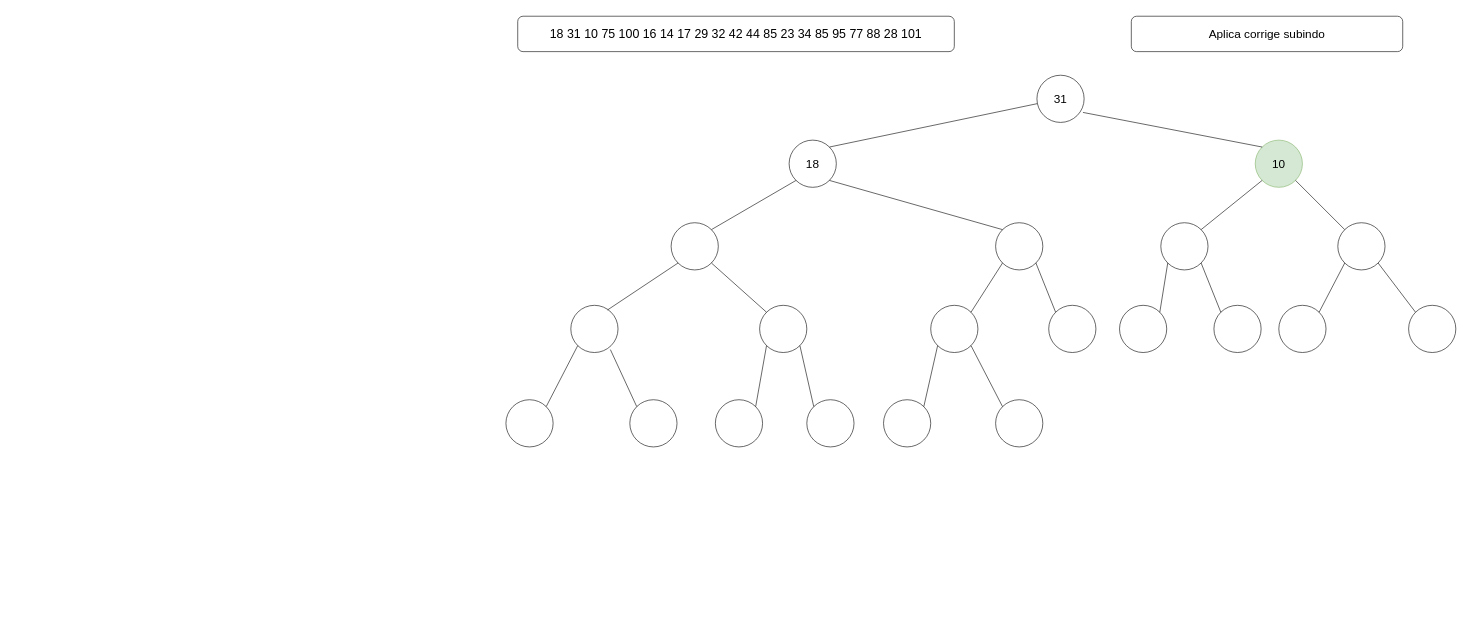
Above: page "Etapa 6" (7 of 29) of Diagram_Heap_2.drawio in Xang0/Diagramas-de-Estruturas-de-Dado (draw.io), before the change. Source tidied: cells renumbered, new cells numbered last; positions are measured from the earlier drawing's top-left corner, leaving out a move shared by most shapes. Both pictures are drawn from the tidied source at 59%, with x=0, y=0 at pixel (506, 16).
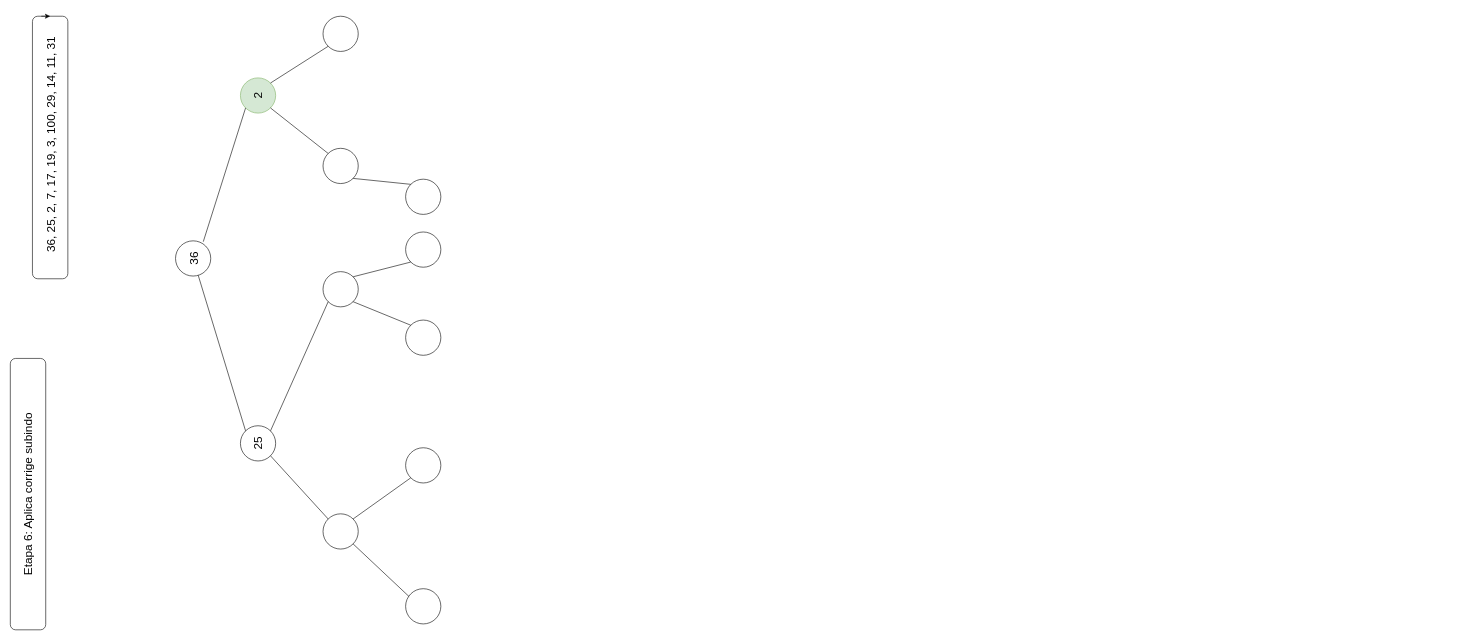
Above is the later version.

Change to the diagram source:
```diff
@@
-    <mxCell id="0" />
-    <mxCell id="1" parent="0" />
-    <mxCell id="2" value="&lt;font style=&quot;font-size: 20px;&quot;&gt;31&lt;/font&gt;" style="ellipse;whiteSpace=wrap;html=1;" parent="1" vertex="1">
-      <mxGeometry x="900" y="100" width="80" height="80" as="geometry" />
-    </mxCell>
-    <mxCell id="3" value="&lt;font style=&quot;font-size: 20px;&quot;&gt;18&lt;/font&gt;" style="ellipse;whiteSpace=wrap;html=1;" parent="1" vertex="1">
-      <mxGeometry x="480" y="210" width="80" height="80" as="geometry" />
-    </mxCell>
-    <mxCell id="4" value="&lt;font style=&quot;font-size: 20px;&quot;&gt;10&lt;/font&gt;" style="ellipse;whiteSpace=wrap;html=1;fillColor=#d5e8d4;strokeColor=#82b366;" parent="1" vertex="1">
-      <mxGeometry x="1270" y="210" width="80" height="80" as="geometry" />
-    </mxCell>
-    <mxCell id="5" style="endArrow=none;html=1;rounded=0;exitX=1;exitY=0;exitDx=0;exitDy=0;" parent="1" edge="1" source="3" target="2">
-      <mxGeometry relative="1" as="geometry" />
-    </mxCell>
-    <mxCell id="6" style="endArrow=none;html=1;rounded=0;entryX=0.975;entryY=0.788;entryDx=0;entryDy=0;entryPerimeter=0;exitX=0;exitY=0;exitDx=0;exitDy=0;" parent="1" edge="1" source="4" target="2">
-      <mxGeometry relative="1" as="geometry" />
-    </mxCell>
-    <mxCell id="7" style="ellipse;whiteSpace=wrap;html=1;" parent="1" vertex="1">
-      <mxGeometry x="280" y="350" width="80" height="80" as="geometry" />
-    </mxCell>
-    <mxCell id="8" style="ellipse;whiteSpace=wrap;html=1;" parent="1" vertex="1">
-      <mxGeometry x="830" y="350" width="80" height="80" as="geometry" />
-    </mxCell>
-    <mxCell id="9" style="endArrow=none;html=1;rounded=0;entryX=0;entryY=1;entryDx=0;entryDy=0;exitX=1;exitY=0;exitDx=0;exitDy=0;" parent="1" edge="1" source="7" target="3">
-      <mxGeometry relative="1" as="geometry" />
-    </mxCell>
-    <mxCell id="10" style="endArrow=none;html=1;rounded=0;entryX=1;entryY=1;entryDx=0;entryDy=0;exitX=0;exitY=0;exitDx=0;exitDy=0;" parent="1" edge="1" source="8" target="3">
-      <mxGeometry relative="1" as="geometry" />
-    </mxCell>
-    <mxCell id="11" style="ellipse;whiteSpace=wrap;html=1;" parent="1" vertex="1">
-      <mxGeometry x="920" y="490" width="80" height="80" as="geometry" />
-    </mxCell>
-    <mxCell id="12" style="ellipse;whiteSpace=wrap;html=1;" parent="1" vertex="1">
-      <mxGeometry x="720" y="490" width="80" height="80" as="geometry" />
-    </mxCell>
-    <mxCell id="13" style="endArrow=none;html=1;rounded=0;entryX=1;entryY=1;entryDx=0;entryDy=0;exitX=0;exitY=0;exitDx=0;exitDy=0;" parent="1" edge="1" source="11" target="8">
-      <mxGeometry relative="1" as="geometry" />
-    </mxCell>
-    <mxCell id="14" style="endArrow=none;html=1;rounded=0;entryX=0;entryY=1;entryDx=0;entryDy=0;exitX=1;exitY=0;exitDx=0;exitDy=0;" parent="1" edge="1" source="12" target="8">
-      <mxGeometry relative="1" as="geometry" />
-    </mxCell>
-    <mxCell id="15" style="ellipse;whiteSpace=wrap;html=1;" parent="1" vertex="1">
-      <mxGeometry x="830" y="650" width="80" height="80" as="geometry" />
-    </mxCell>
-    <mxCell id="16" style="ellipse;whiteSpace=wrap;html=1;" parent="1" vertex="1">
-      <mxGeometry x="640" y="650" width="80" height="80" as="geometry" />
-    </mxCell>
-    <mxCell id="17" style="endArrow=none;html=1;rounded=0;entryX=1;entryY=1;entryDx=0;entryDy=0;exitX=0;exitY=0;exitDx=0;exitDy=0;" parent="1" edge="1" source="15" target="12">
-      <mxGeometry relative="1" as="geometry" />
-    </mxCell>
-    <mxCell id="18" style="endArrow=none;html=1;rounded=0;exitX=0;exitY=1;exitDx=0;exitDy=0;entryX=1;entryY=0;entryDx=0;entryDy=0;" parent="1" edge="1" source="12" target="16">
-      <mxGeometry relative="1" as="geometry" />
-    </mxCell>
-    <mxCell id="19" style="ellipse;whiteSpace=wrap;html=1;" parent="1" vertex="1">
-      <mxGeometry x="430" y="490" width="80" height="80" as="geometry" />
-    </mxCell>
-    <mxCell id="20" style="ellipse;whiteSpace=wrap;html=1;" parent="1" vertex="1">
-      <mxGeometry x="110" y="490" width="80" height="80" as="geometry" />
-    </mxCell>
-    <mxCell id="21" style="endArrow=none;html=1;rounded=0;entryX=1;entryY=1;entryDx=0;entryDy=0;exitX=0;exitY=0;exitDx=0;exitDy=0;" parent="1" edge="1" source="19" target="7">
-      <mxGeometry relative="1" as="geometry" />
-    </mxCell>
-    <mxCell id="22" style="endArrow=none;html=1;rounded=0;entryX=0;entryY=1;entryDx=0;entryDy=0;exitX=0.775;exitY=0.1;exitDx=0;exitDy=0;exitPerimeter=0;" parent="1" edge="1" source="20" target="7">
-      <mxGeometry relative="1" as="geometry" />
-    </mxCell>
-    <mxCell id="23" style="ellipse;whiteSpace=wrap;html=1;" parent="1" vertex="1">
-      <mxGeometry x="510" y="650" width="80" height="80" as="geometry" />
-    </mxCell>
-    <mxCell id="24" style="ellipse;whiteSpace=wrap;html=1;" parent="1" vertex="1">
-      <mxGeometry x="355" y="650" width="80" height="80" as="geometry" />
-    </mxCell>
-    <mxCell id="25" style="endArrow=none;html=1;rounded=0;exitX=0;exitY=1;exitDx=0;exitDy=0;entryX=1;entryY=0;entryDx=0;entryDy=0;" parent="1" edge="1" source="19" target="24">
-      <mxGeometry relative="1" as="geometry" />
-    </mxCell>
-    <mxCell id="26" style="endArrow=none;html=1;rounded=0;exitX=1;exitY=1;exitDx=0;exitDy=0;entryX=0;entryY=0;entryDx=0;entryDy=0;" parent="1" edge="1" source="19" target="23">
-      <mxGeometry relative="1" as="geometry" />
-    </mxCell>
-    <mxCell id="27" style="ellipse;whiteSpace=wrap;html=1;" parent="1" vertex="1">
-      <mxGeometry x="210" y="650" width="80" height="80" as="geometry" />
-    </mxCell>
-    <mxCell id="28" style="ellipse;whiteSpace=wrap;html=1;" parent="1" vertex="1">
-      <mxGeometry y="650" width="80" height="80" as="geometry" />
-    </mxCell>
-    <mxCell id="29" style="endArrow=none;html=1;rounded=0;exitX=0.838;exitY=0.938;exitDx=0;exitDy=0;exitPerimeter=0;entryX=0;entryY=0;entryDx=0;entryDy=0;" parent="1" edge="1" source="20" target="27">
-      <mxGeometry relative="1" as="geometry" />
-    </mxCell>
-    <mxCell id="30" style="endArrow=none;html=1;rounded=0;entryX=0;entryY=1;entryDx=0;entryDy=0;exitX=1;exitY=0;exitDx=0;exitDy=0;" parent="1" edge="1" source="28" target="20">
-      <mxGeometry relative="1" as="geometry" />
-    </mxCell>
-    <mxCell id="31" style="ellipse;whiteSpace=wrap;html=1;" parent="1" vertex="1">
-      <mxGeometry x="1110" y="350" width="80" height="80" as="geometry" />
-    </mxCell>
-    <mxCell id="32" style="ellipse;whiteSpace=wrap;html=1;" parent="1" vertex="1">
-      <mxGeometry x="1410" y="350" width="80" height="80" as="geometry" />
-    </mxCell>
-    <mxCell id="33" style="endArrow=none;html=1;rounded=0;entryX=0;entryY=1;entryDx=0;entryDy=0;exitX=1;exitY=0;exitDx=0;exitDy=0;" parent="1" edge="1" source="31" target="4">
-      <mxGeometry relative="1" as="geometry" />
-    </mxCell>
-    <mxCell id="34" style="endArrow=none;html=1;rounded=0;entryX=1;entryY=1;entryDx=0;entryDy=0;exitX=0;exitY=0;exitDx=0;exitDy=0;" parent="1" edge="1" source="32" target="4">
-      <mxGeometry relative="1" as="geometry" />
-    </mxCell>
-    <mxCell id="35" style="ellipse;whiteSpace=wrap;html=1;" parent="1" vertex="1">
-      <mxGeometry x="1040" y="490" width="80" height="80" as="geometry" />
-    </mxCell>
-    <mxCell id="36" style="ellipse;whiteSpace=wrap;html=1;" parent="1" vertex="1">
-      <mxGeometry x="1200" y="490" width="80" height="80" as="geometry" />
-    </mxCell>
-    <mxCell id="37" style="endArrow=none;html=1;rounded=0;entryX=0;entryY=1;entryDx=0;entryDy=0;exitX=1;exitY=0;exitDx=0;exitDy=0;" parent="1" edge="1" source="35" target="31">
-      <mxGeometry relative="1" as="geometry" />
-    </mxCell>
-    <mxCell id="38" style="endArrow=none;html=1;rounded=0;entryX=1;entryY=1;entryDx=0;entryDy=0;exitX=0;exitY=0;exitDx=0;exitDy=0;" parent="1" edge="1" source="36" target="31">
-      <mxGeometry relative="1" as="geometry" />
-    </mxCell>
-    <mxCell id="39" style="ellipse;whiteSpace=wrap;html=1;" parent="1" vertex="1">
-      <mxGeometry x="1310" y="490" width="80" height="80" as="geometry" />
-    </mxCell>
-    <mxCell id="40" style="ellipse;whiteSpace=wrap;html=1;" parent="1" vertex="1">
-      <mxGeometry x="1530" y="490" width="80" height="80" as="geometry" />
-    </mxCell>
-    <mxCell id="41" style="endArrow=none;html=1;rounded=0;entryX=0;entryY=1;entryDx=0;entryDy=0;exitX=1;exitY=0;exitDx=0;exitDy=0;" parent="1" edge="1" source="39" target="32">
-      <mxGeometry relative="1" as="geometry" />
-    </mxCell>
-    <mxCell id="42" style="endArrow=none;html=1;rounded=0;entryX=1;entryY=1;entryDx=0;entryDy=0;exitX=0;exitY=0;exitDx=0;exitDy=0;" parent="1" edge="1" source="40" target="32">
-      <mxGeometry relative="1" as="geometry" />
-    </mxCell>
-    <mxCell id="43" value="&lt;font style=&quot;font-size: 21px;&quot;&gt;18 31 10 75 100 16 14 17 29 32 42 44 85 23 34 85 95 77 88 28 101&lt;/font&gt;" style="rounded=1;whiteSpace=wrap;html=1;" parent="1" vertex="1">
-      <mxGeometry x="20" width="740" height="60" as="geometry" />
-    </mxCell>
-    <mxCell id="44" value="&lt;font style=&quot;font-size: 20px;&quot;&gt;Aplica corrige subindo &lt;/font&gt;" style="rounded=1;whiteSpace=wrap;html=1;" parent="1" vertex="1">
-      <mxGeometry x="1060" width="460" height="60" as="geometry" />
-    </mxCell>
+    <mxCell id="45" />
+    <mxCell id="46" parent="45" />
+    <mxCell id="47" style="rounded=1;whiteSpace=wrap;html=1;rotation=-90;" parent="46" vertex="1">
+      <mxGeometry x="-995" y="192.5" width="445" height="60" as="geometry" />
+    </mxCell>
+    <mxCell id="48" value="&lt;font style=&quot;font-size: 20px;&quot;&gt;&lt;span id=&quot;yui_3_17_2_1_1711497508664_1828&quot;&gt;36,&amp;nbsp;&lt;/span&gt;25,&amp;nbsp;2,&amp;nbsp;7,&amp;nbsp;17,&amp;nbsp;19,&amp;nbsp;3,&amp;nbsp;100,&amp;nbsp;29,&amp;nbsp;14,&amp;nbsp;11,&amp;nbsp;31&lt;/font&gt;" style="text;html=1;align=center;verticalAlign=middle;whiteSpace=wrap;rounded=0;rotation=-90;" parent="46" vertex="1">
+      <mxGeometry x="-1000" y="187.5" width="455" height="60" as="geometry" />
+    </mxCell>
+    <mxCell id="49" style="edgeStyle=orthogonalEdgeStyle;rounded=0;orthogonalLoop=1;jettySize=auto;html=1;exitX=1;exitY=0.25;exitDx=0;exitDy=0;entryX=1;entryY=0.5;entryDx=0;entryDy=0;" parent="46" edge="1" source="47" target="47">
+      <mxGeometry relative="1" as="geometry" />
+    </mxCell>
+    <mxCell id="50" value="&lt;font style=&quot;font-size: 20px;&quot;&gt;Etapa 6: &lt;/font&gt;&lt;font style=&quot;font-size: 20px;&quot;&gt;Aplica corrige subindo&lt;/font&gt;" style="rounded=1;whiteSpace=wrap;html=1;rotation=-90;" parent="46" vertex="1">
+      <mxGeometry x="-1040" y="780" width="460" height="60" as="geometry" />
+    </mxCell>
+    <mxCell id="51" value="&lt;font style=&quot;font-size: 20px;&quot;&gt;36&lt;/font&gt;" style="ellipse;whiteSpace=wrap;html=1;rotation=-90;" parent="46" vertex="1">
+      <mxGeometry x="-560" y="380.7" width="59.7" height="59.7" as="geometry" />
+    </mxCell>
+    <mxCell id="52" value="&lt;font style=&quot;font-size: 20px;&quot;&gt;25&lt;/font&gt;" style="ellipse;whiteSpace=wrap;html=1;rotation=-90;" parent="46" vertex="1">
+      <mxGeometry x="-450" y="694.1" width="59.7" height="59.7" as="geometry" />
+    </mxCell>
+    <mxCell id="53" value="&lt;font style=&quot;font-size: 20px;&quot;&gt;2&lt;/font&gt;" style="ellipse;whiteSpace=wrap;html=1;rotation=-90;fillColor=#d5e8d4;strokeColor=#82b366;" parent="46" vertex="1">
+      <mxGeometry x="-450" y="104.5" width="59.7" height="59.7" as="geometry" />
+    </mxCell>
+    <mxCell id="54" style="endArrow=none;html=1;rounded=0;exitX=1;exitY=0;exitDx=0;exitDy=0;" parent="46" edge="1" source="52" target="51">
+      <mxGeometry relative="1" as="geometry" />
+    </mxCell>
+    <mxCell id="55" style="endArrow=none;html=1;rounded=0;entryX=0.975;entryY=0.788;entryDx=0;entryDy=0;entryPerimeter=0;exitX=0;exitY=0;exitDx=0;exitDy=0;" parent="46" edge="1" source="53" target="51">
+      <mxGeometry relative="1" as="geometry" />
+    </mxCell>
+    <mxCell id="56" style="ellipse;whiteSpace=wrap;html=1;rotation=-90;" parent="46" vertex="1">
+      <mxGeometry x="-310" y="843.4" width="59.7" height="59.7" as="geometry" />
+    </mxCell>
+    <mxCell id="57" style="ellipse;whiteSpace=wrap;html=1;rotation=-90;" parent="46" vertex="1">
+      <mxGeometry x="-310" y="432.9" width="59.7" height="59.7" as="geometry" />
+    </mxCell>
+    <mxCell id="58" style="endArrow=none;html=1;rounded=0;entryX=0;entryY=1;entryDx=0;entryDy=0;exitX=1;exitY=0;exitDx=0;exitDy=0;" parent="46" edge="1" source="56" target="52">
+      <mxGeometry relative="1" as="geometry" />
+    </mxCell>
+    <mxCell id="59" style="endArrow=none;html=1;rounded=0;entryX=1;entryY=1;entryDx=0;entryDy=0;exitX=0;exitY=0;exitDx=0;exitDy=0;" parent="46" edge="1" source="57" target="52">
+      <mxGeometry relative="1" as="geometry" />
+    </mxCell>
+    <mxCell id="60" style="ellipse;whiteSpace=wrap;html=1;rotation=-90;" parent="46" vertex="1">
+      <mxGeometry x="-170" y="365.7" width="59.7" height="59.7" as="geometry" />
+    </mxCell>
+    <mxCell id="61" style="ellipse;whiteSpace=wrap;html=1;rotation=-90;" parent="46" vertex="1">
+      <mxGeometry x="-170" y="515" width="59.7" height="59.7" as="geometry" />
+    </mxCell>
+    <mxCell id="62" style="endArrow=none;html=1;rounded=0;entryX=1;entryY=1;entryDx=0;entryDy=0;exitX=0;exitY=0;exitDx=0;exitDy=0;" parent="46" edge="1" source="60" target="57">
+      <mxGeometry relative="1" as="geometry" />
+    </mxCell>
+    <mxCell id="63" style="endArrow=none;html=1;rounded=0;entryX=0;entryY=1;entryDx=0;entryDy=0;exitX=1;exitY=0;exitDx=0;exitDy=0;" parent="46" edge="1" source="61" target="57">
+      <mxGeometry relative="1" as="geometry" />
+    </mxCell>
+    <mxCell id="64" style="ellipse;whiteSpace=wrap;html=1;rotation=-90;" parent="46" vertex="1">
+      <mxGeometry x="-170" y="731.4" width="59.7" height="59.7" as="geometry" />
+    </mxCell>
+    <mxCell id="65" style="ellipse;whiteSpace=wrap;html=1;rotation=-90;" parent="46" vertex="1">
+      <mxGeometry x="-170" y="970.3" width="59.7" height="59.7" as="geometry" />
+    </mxCell>
+    <mxCell id="66" style="endArrow=none;html=1;rounded=0;entryX=1;entryY=1;entryDx=0;entryDy=0;exitX=0;exitY=0;exitDx=0;exitDy=0;" parent="46" edge="1" source="64" target="56">
+      <mxGeometry relative="1" as="geometry" />
+    </mxCell>
+    <mxCell id="67" style="endArrow=none;html=1;rounded=0;entryX=0;entryY=1;entryDx=0;entryDy=0;exitX=0.775;exitY=0.1;exitDx=0;exitDy=0;exitPerimeter=0;" parent="46" edge="1" source="65" target="56">
+      <mxGeometry relative="1" as="geometry" />
+    </mxCell>
+    <mxCell id="68" style="ellipse;whiteSpace=wrap;html=1;rotation=-90;" parent="46" vertex="1">
+      <mxGeometry x="-310" y="223.9" width="59.7" height="59.7" as="geometry" />
+    </mxCell>
+    <mxCell id="69" style="ellipse;whiteSpace=wrap;html=1;rotation=-90;" parent="46" vertex="1">
+      <mxGeometry x="-310" width="59.7" height="59.7" as="geometry" />
+    </mxCell>
+    <mxCell id="70" style="endArrow=none;html=1;rounded=0;entryX=0;entryY=1;entryDx=0;entryDy=0;exitX=1;exitY=0;exitDx=0;exitDy=0;" parent="46" edge="1" source="68" target="53">
+      <mxGeometry relative="1" as="geometry" />
+    </mxCell>
+    <mxCell id="71" style="endArrow=none;html=1;rounded=0;entryX=1;entryY=1;entryDx=0;entryDy=0;exitX=0;exitY=0;exitDx=0;exitDy=0;" parent="46" edge="1" source="69" target="53">
+      <mxGeometry relative="1" as="geometry" />
+    </mxCell>
+    <mxCell id="72" style="ellipse;whiteSpace=wrap;html=1;rotation=-90;" parent="46" vertex="1">
+      <mxGeometry x="-170" y="276.2" width="59.7" height="59.7" as="geometry" />
+    </mxCell>
+    <mxCell id="73" style="endArrow=none;html=1;rounded=0;entryX=0;entryY=1;entryDx=0;entryDy=0;exitX=1;exitY=0;exitDx=0;exitDy=0;" parent="46" edge="1" source="72" target="68">
+      <mxGeometry relative="1" as="geometry" />
+    </mxCell>
```
